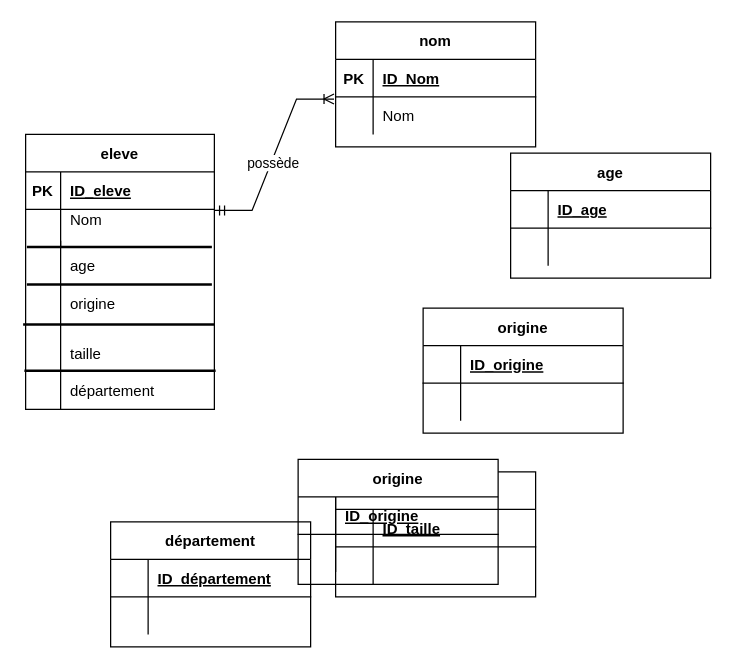
Before: Diagramme sans nom.drawio in Bruce-69/BTS2-CIEL-IR-MCD-2024-2025, a draw.io diagram. Source tidied: cells renumbered, new cells numbered last; positions are measured from the earlier drawing's top-left corner, leaving out a move shared by most shapes. Both pictures are drawn from the tidied source at 125%, with x=0, y=0 at pixel (22, 21).
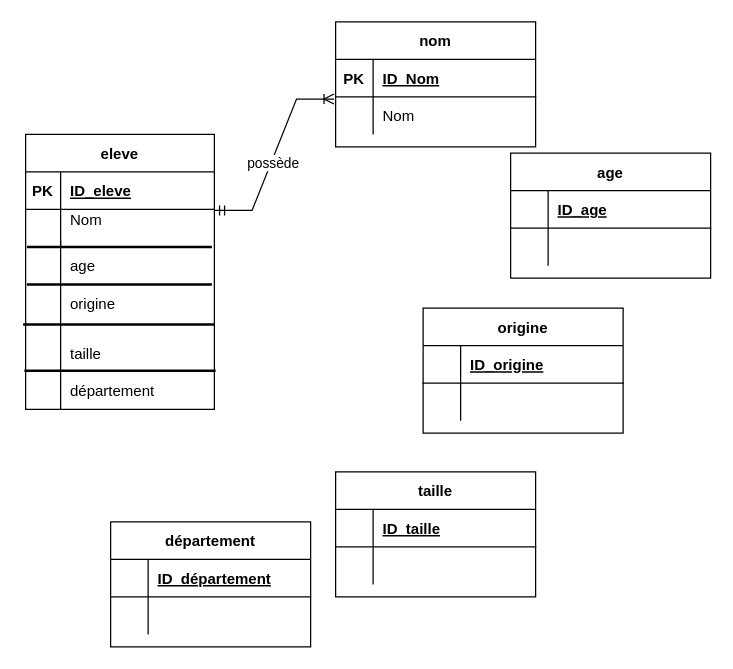
Above is the later version.

Commit message:
Mettre à jour Diagramme sans nom.drawio

Change to the diagram source:
```diff
@@
-    <mxCell id="55" value="origine" style="shape=table;startSize=30;childLayout=tableLayout;rowLines=0;fontStyle=1;align=center;" parent="1" vertex="1">
-      <mxGeometry x="220" y="350" width="160" height="100" as="geometry" />
-    </mxCell>
-    <mxCell id="56" style="shape=partialRectangle;fillColor=none;top=0;left=0;right=0;bottom=1;" parent="55" vertex="1">
-      <mxGeometry y="30" width="160" height="30" as="geometry" />
-    </mxCell>
-    <mxCell id="57" style="shape=partialRectangle;overflow=hidden;fillColor=none;top=0;left=0;bottom=0;right=0;fontStyle=1;" parent="56" vertex="1">
-      <mxGeometry width="30" height="30" as="geometry" />
-    </mxCell>
-    <mxCell id="58" value="ID_origine" style="shape=partialRectangle;overflow=hidden;fillColor=none;top=0;left=0;bottom=0;right=0;align=left;spacingLeft=6;fontStyle=5;" parent="56" vertex="1">
-      <mxGeometry x="30" width="130" height="30" as="geometry" />
-    </mxCell>
-    <mxCell id="59" style="shape=partialRectangle;fillColor=none;top=0;left=0;right=0;bottom=0;" parent="55" vertex="1">
-      <mxGeometry y="60" width="160" height="30" as="geometry" />
-    </mxCell>
-    <mxCell id="60" style="shape=partialRectangle;overflow=hidden;fillColor=none;top=0;left=0;bottom=0;right=0;" parent="59" vertex="1">
-      <mxGeometry width="30" height="30" as="geometry" />
-    </mxCell>
-    <mxCell id="61" style="shape=partialRectangle;overflow=hidden;fillColor=none;top=0;left=0;bottom=0;right=0;align=left;spacingLeft=6;" parent="59" vertex="1">
-      <mxGeometry x="30" width="130" height="30" as="geometry" />
-    </mxCell>
```
